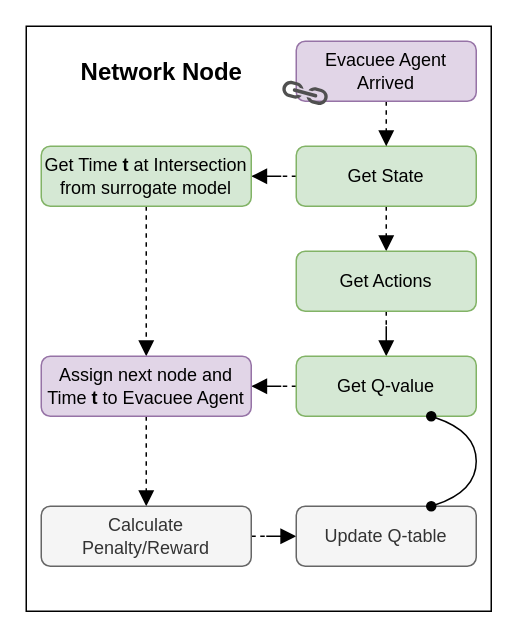
Before: page "Node" (2 of 5) of new_model/man/EvacuationFlow.drawio in erick2307/tsuevac, a draw.io diagram. Source tidied: cells renumbered, new cells numbered last; positions are measured from the earlier drawing's top-left corner, leaving out a move shared by most shapes. Both pictures are drawn from the tidied source at 150%, with x=0, y=0 at pixel (26, 26).
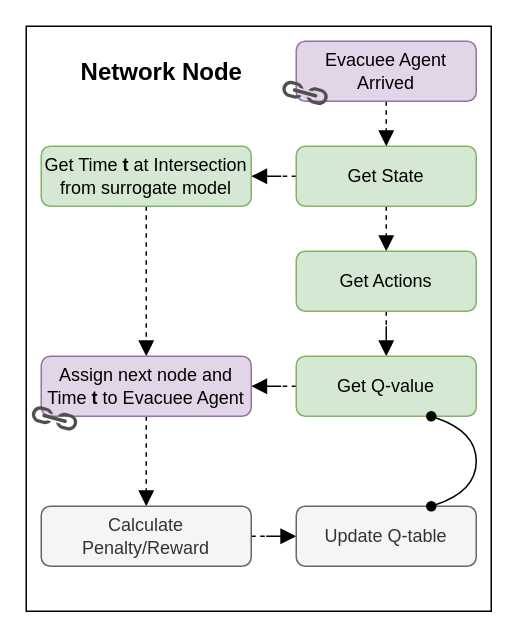
Above is the later version.

What changed in the source:
```diff
@@
+    <mxCell id="23" style="sketch=0;shadow=0;dashed=0;html=1;strokeColor=none;fillColor=#505050;labelPosition=center;verticalLabelPosition=bottom;verticalAlign=top;align=center;shape=mxgraph.office.concepts.link;rotation=15;" parent="1" vertex="1">
+      <mxGeometry x="3" y="256" width="31.9" height="11" as="geometry" />
+    </mxCell>
```
